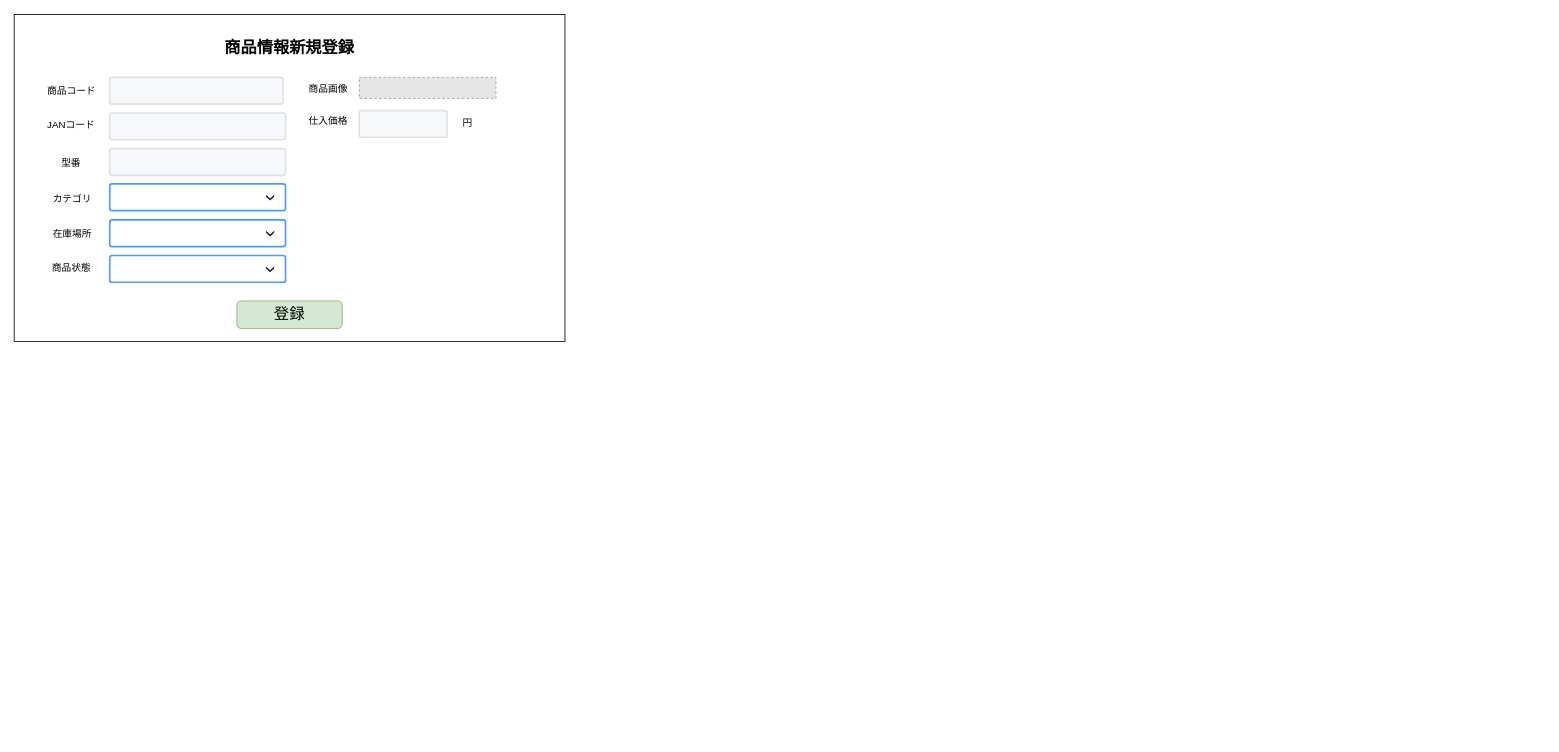
Above: page "S03-02 商品情報新規登録" (2 of 4) of 各種設計書/6.画面設計書/S03_商品マスタ.drawio in HaruShim/Sotuken (draw.io), before the change. Source tidied: cells renumbered, new cells numbered last; positions are measured from the earlier drawing's top-left corner, leaving out a move shared by most shapes. Both pictures are drawn from the tidied source at 81%, with x=0, y=0 at pixel (14, 14). Pictures stored in the file or linked from it are replaced by grey dashed boxes.
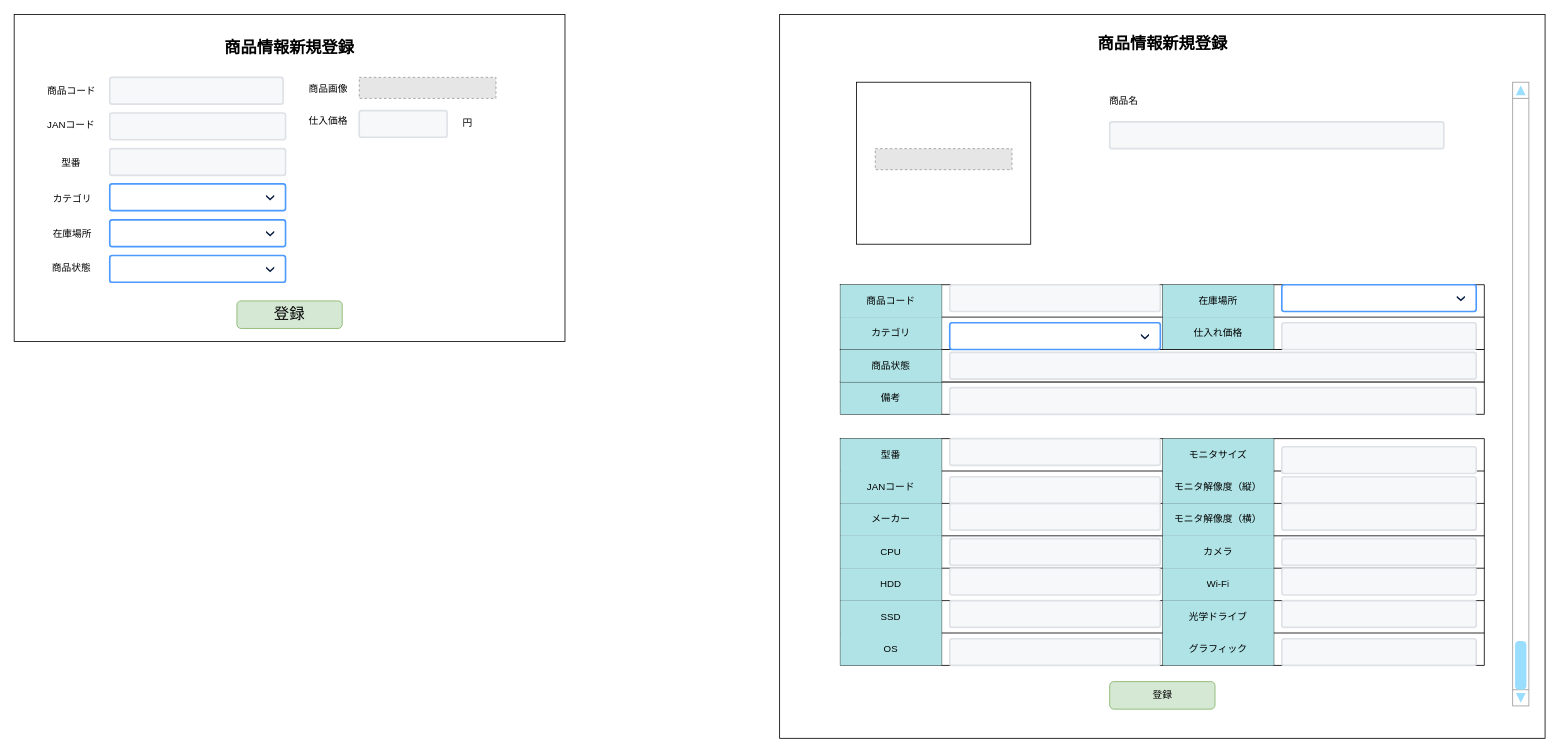
The same page after the edit.

What changed in the source:
```diff
@@
+    <mxCell id="27" style="rounded=0;whiteSpace=wrap;html=1;fillColor=default;strokeColor=default;fontColor=default;" parent="1" vertex="1">
+      <mxGeometry x="945" y="0.5" width="945" height="893.5" as="geometry" />
+    </mxCell>
+    <mxCell id="28" value="商品情報新規登録" style="text;html=1;strokeColor=none;fillColor=none;align=center;verticalAlign=middle;whiteSpace=wrap;rounded=0;fontColor=default;fontStyle=1;fontSize=20;" parent="1" vertex="1">
+      <mxGeometry x="1318.8" y="21" width="197.5" height="29" as="geometry" />
+    </mxCell>
+    <mxCell id="29" style="rounded=0;whiteSpace=wrap;html=1;fillColor=default;strokeColor=default;fontColor=default;" parent="1" vertex="1">
+      <mxGeometry x="1040" y="84" width="215" height="200" as="geometry" />
+    </mxCell>
+    <mxCell id="30" value="登録" style="rounded=1;whiteSpace=wrap;html=1;align=center;labelBackgroundColor=none;fillColor=#d5e8d4;strokeColor=#82b366;" parent="1" vertex="1">
+      <mxGeometry x="1352.5" y="824" width="130" height="34" as="geometry" />
+    </mxCell>
+    <mxCell id="31" style="shape=table;startSize=0;childLayout=tableLayout;" parent="1" vertex="1">
+      <mxGeometry x="1020" y="524" width="795" height="280" as="geometry" />
+    </mxCell>
+    <mxCell id="32" style="shape=partialRectangle;fillColor=none;top=0;left=0;bottom=0;right=0;" parent="31" vertex="1">
+      <mxGeometry width="795" height="40" as="geometry" />
+    </mxCell>
+    <mxCell id="33" value="型番" style="shape=partialRectangle;html=1;whiteSpace=wrap;overflow=hidden;fillColor=#b0e3e6;top=0;left=0;bottom=0;right=0;strokeColor=#0e8088;" parent="32" vertex="1">
+      <mxGeometry width="125" height="40" as="geometry" />
+    </mxCell>
+    <mxCell id="34" style="shape=partialRectangle;html=1;whiteSpace=wrap;overflow=hidden;fillColor=none;top=0;left=0;bottom=0;right=0;" parent="32" vertex="1">
+      <mxGeometry x="125" width="273" height="40" as="geometry" />
+    </mxCell>
+    <mxCell id="35" value="モニタサイズ" style="shape=partialRectangle;html=1;whiteSpace=wrap;overflow=hidden;fillColor=#b0e3e6;top=0;left=0;bottom=0;right=0;strokeColor=#0e8088;" parent="32" vertex="1">
+      <mxGeometry x="398" width="137" height="40" as="geometry" />
+    </mxCell>
+    <mxCell id="36" style="shape=partialRectangle;html=1;whiteSpace=wrap;overflow=hidden;fillColor=none;top=0;left=0;bottom=0;right=0;" parent="32" vertex="1">
+      <mxGeometry x="535" width="260" height="40" as="geometry" />
+    </mxCell>
+    <mxCell id="37" style="shape=partialRectangle;fillColor=none;top=0;left=0;bottom=0;right=0;" parent="31" vertex="1">
+      <mxGeometry y="40" width="795" height="40" as="geometry" />
+    </mxCell>
+    <mxCell id="38" value="JANコード" style="shape=partialRectangle;html=1;whiteSpace=wrap;overflow=hidden;fillColor=#b0e3e6;top=0;left=0;bottom=0;right=0;strokeColor=#0e8088;" parent="37" vertex="1">
+      <mxGeometry width="125" height="40" as="geometry" />
+    </mxCell>
+    <mxCell id="39" style="shape=partialRectangle;html=1;whiteSpace=wrap;overflow=hidden;fillColor=none;top=0;left=0;bottom=0;right=0;" parent="37" vertex="1">
+      <mxGeometry x="125" width="273" height="40" as="geometry" />
+    </mxCell>
+    <mxCell id="40" value="モニタ解像度（縦）" style="shape=partialRectangle;html=1;whiteSpace=wrap;overflow=hidden;fillColor=#b0e3e6;top=0;left=0;bottom=0;right=0;strokeColor=#0e8088;" parent="37" vertex="1">
+      <mxGeometry x="398" width="137" height="40" as="geometry" />
+    </mxCell>
+    <mxCell id="41" style="shape=partialRectangle;html=1;whiteSpace=wrap;overflow=hidden;fillColor=none;top=0;left=0;bottom=0;right=0;" parent="37" vertex="1">
+      <mxGeometry x="535" width="260" height="40" as="geometry" />
+    </mxCell>
+    <mxCell id="42" style="shape=partialRectangle;fillColor=none;top=0;left=0;bottom=0;right=0;" parent="31" vertex="1">
+      <mxGeometry y="80" width="795" height="40" as="geometry" />
+    </mxCell>
+    <mxCell id="43" value="メーカー" style="shape=partialRectangle;html=1;whiteSpace=wrap;overflow=hidden;fillColor=#b0e3e6;top=0;left=0;bottom=0;right=0;strokeColor=#0e8088;" parent="42" vertex="1">
+      <mxGeometry width="125" height="40" as="geometry" />
+    </mxCell>
+    <mxCell id="44" style="shape=partialRectangle;html=1;whiteSpace=wrap;overflow=hidden;fillColor=none;top=0;left=0;bottom=0;right=0;" parent="42" vertex="1">
+      <mxGeometry x="125" width="273" height="40" as="geometry" />
+    </mxCell>
+    <mxCell id="45" value="モニタ解像度（横）" style="shape=partialRectangle;html=1;whiteSpace=wrap;overflow=hidden;fillColor=#b0e3e6;top=0;left=0;bottom=0;right=0;strokeColor=#0e8088;" parent="42" vertex="1">
+      <mxGeometry x="398" width="137" height="40" as="geometry" />
+    </mxCell>
+    <mxCell id="46" style="shape=partialRectangle;html=1;whiteSpace=wrap;overflow=hidden;fillColor=none;top=0;left=0;bottom=0;right=0;" parent="42" vertex="1">
+      <mxGeometry x="535" width="260" height="40" as="geometry" />
+    </mxCell>
+    <mxCell id="47" style="shape=partialRectangle;fillColor=none;top=0;left=0;bottom=0;right=0;" parent="31" vertex="1">
+      <mxGeometry y="120" width="795" height="40" as="geometry" />
+    </mxCell>
+    <mxCell id="48" value="CPU" style="shape=partialRectangle;html=1;whiteSpace=wrap;overflow=hidden;fillColor=#b0e3e6;top=0;left=0;bottom=0;right=0;strokeColor=#0e8088;" parent="47" vertex="1">
+      <mxGeometry width="125" height="40" as="geometry" />
+    </mxCell>
+    <mxCell id="49" style="shape=partialRectangle;html=1;whiteSpace=wrap;overflow=hidden;fillColor=none;top=0;left=0;bottom=0;right=0;" parent="47" vertex="1">
+      <mxGeometry x="125" width="273" height="40" as="geometry" />
+    </mxCell>
+    <mxCell id="50" value="カメラ" style="shape=partialRectangle;html=1;whiteSpace=wrap;overflow=hidden;fillColor=#b0e3e6;top=0;left=0;bottom=0;right=0;strokeColor=#0e8088;" parent="47" vertex="1">
+      <mxGeometry x="398" width="137" height="40" as="geometry" />
+    </mxCell>
+    <mxCell id="51" style="shape=partialRectangle;html=1;whiteSpace=wrap;overflow=hidden;fillColor=none;top=0;left=0;bottom=0;right=0;" parent="47" vertex="1">
+      <mxGeometry x="535" width="260" height="40" as="geometry" />
+    </mxCell>
+    <mxCell id="52" style="shape=partialRectangle;fillColor=none;top=0;left=0;bottom=0;right=0;" parent="31" vertex="1">
+      <mxGeometry y="160" width="795" height="40" as="geometry" />
+    </mxCell>
+    <mxCell id="53" value="HDD" style="shape=partialRectangle;html=1;whiteSpace=wrap;overflow=hidden;fillColor=#b0e3e6;top=0;left=0;bottom=0;right=0;strokeColor=#0e8088;" parent="52" vertex="1">
+      <mxGeometry width="125" height="40" as="geometry" />
+    </mxCell>
+    <mxCell id="54" style="shape=partialRectangle;html=1;whiteSpace=wrap;overflow=hidden;fillColor=none;top=0;left=0;bottom=0;right=0;" parent="52" vertex="1">
+      <mxGeometry x="125" width="273" height="40" as="geometry" />
+    </mxCell>
+    <mxCell id="55" value="Wi-Fi" style="shape=partialRectangle;html=1;whiteSpace=wrap;overflow=hidden;fillColor=#b0e3e6;top=0;left=0;bottom=0;right=0;strokeColor=#0e8088;" parent="52" vertex="1">
+      <mxGeometry x="398" width="137" height="40" as="geometry" />
+    </mxCell>
+    <mxCell id="56" style="shape=partialRectangle;html=1;whiteSpace=wrap;overflow=hidden;fillColor=none;top=0;left=0;bottom=0;right=0;" parent="52" vertex="1">
+      <mxGeometry x="535" width="260" height="40" as="geometry" />
+    </mxCell>
+    <mxCell id="57" style="shape=partialRectangle;fillColor=none;top=0;left=0;bottom=0;right=0;" parent="31" vertex="1">
+      <mxGeometry y="200" width="795" height="40" as="geometry" />
+    </mxCell>
+    <mxCell id="58" value="SSD" style="shape=partialRectangle;html=1;whiteSpace=wrap;overflow=hidden;fillColor=#b0e3e6;top=0;left=0;bottom=0;right=0;strokeColor=#0e8088;" parent="57" vertex="1">
+      <mxGeometry width="125" height="40" as="geometry" />
+    </mxCell>
+    <mxCell id="59" style="shape=partialRectangle;html=1;whiteSpace=wrap;overflow=hidden;fillColor=none;top=0;left=0;bottom=0;right=0;" parent="57" vertex="1">
+      <mxGeometry x="125" width="273" height="40" as="geometry" />
+    </mxCell>
+    <mxCell id="60" value="光学ドライブ" style="shape=partialRectangle;html=1;whiteSpace=wrap;overflow=hidden;fillColor=#b0e3e6;top=0;left=0;bottom=0;right=0;strokeColor=#0e8088;" parent="57" vertex="1">
+      <mxGeometry x="398" width="137" height="40" as="geometry" />
+    </mxCell>
+    <mxCell id="61" style="shape=partialRectangle;html=1;whiteSpace=wrap;overflow=hidden;fillColor=none;top=0;left=0;bottom=0;right=0;" parent="57" vertex="1">
+      <mxGeometry x="535" width="260" height="40" as="geometry" />
+    </mxCell>
+    <mxCell id="62" style="shape=partialRectangle;fillColor=none;top=0;left=0;bottom=0;right=0;" parent="31" vertex="1">
+      <mxGeometry y="240" width="795" height="40" as="geometry" />
+    </mxCell>
+    <mxCell id="63" value="OS" style="shape=partialRectangle;html=1;whiteSpace=wrap;overflow=hidden;fillColor=#b0e3e6;top=0;left=0;bottom=0;right=0;strokeColor=#0e8088;" parent="62" vertex="1">
+      <mxGeometry width="125" height="40" as="geometry" />
+    </mxCell>
+    <mxCell id="64" style="shape=partialRectangle;html=1;whiteSpace=wrap;overflow=hidden;fillColor=none;top=0;left=0;bottom=0;right=0;" parent="62" vertex="1">
+      <mxGeometry x="125" width="273" height="40" as="geometry" />
+    </mxCell>
+    <mxCell id="65" value="グラフィック" style="shape=partialRectangle;html=1;whiteSpace=wrap;overflow=hidden;fillColor=#b0e3e6;top=0;left=0;bottom=0;right=0;strokeColor=#0e8088;" parent="62" vertex="1">
+      <mxGeometry x="398" width="137" height="40" as="geometry" />
+    </mxCell>
+    <mxCell id="66" style="shape=partialRectangle;html=1;whiteSpace=wrap;overflow=hidden;fillColor=none;top=0;left=0;bottom=0;right=0;" parent="62" vertex="1">
+      <mxGeometry x="535" width="260" height="40" as="geometry" />
+    </mxCell>
+    <mxCell id="67" style="shape=table;startSize=0;childLayout=tableLayout;strokeColor=default;" parent="1" vertex="1">
+      <mxGeometry x="1020" y="454" width="795" height="40" as="geometry" />
+    </mxCell>
+    <mxCell id="68" style="shape=partialRectangle;fillColor=none;top=0;left=0;bottom=0;right=0;strokeColor=default;" parent="67" vertex="1">
+      <mxGeometry width="795" height="40" as="geometry" />
+    </mxCell>
+    <mxCell id="69" value="備考" style="shape=partialRectangle;html=1;whiteSpace=wrap;overflow=hidden;fillColor=#b0e3e6;top=0;left=0;bottom=0;right=0;strokeColor=#0e8088;" parent="68" vertex="1">
+      <mxGeometry width="125" height="40" as="geometry" />
+    </mxCell>
+    <mxCell id="70" style="shape=partialRectangle;html=1;whiteSpace=wrap;overflow=hidden;fillColor=none;top=0;left=0;bottom=0;right=0;strokeColor=default;" parent="68" vertex="1">
+      <mxGeometry x="125" width="670" height="40" as="geometry" />
+    </mxCell>
+    <mxCell id="71" style="shape=table;startSize=0;childLayout=tableLayout;strokeColor=default;" parent="1" vertex="1">
+      <mxGeometry x="1020" y="334" width="795" height="80" as="geometry" />
+    </mxCell>
+    <mxCell id="72" style="shape=partialRectangle;fillColor=none;top=0;left=0;bottom=0;right=0;strokeColor=default;" parent="71" vertex="1">
+      <mxGeometry width="795" height="40" as="geometry" />
+    </mxCell>
+    <mxCell id="73" value="商品コード" style="shape=partialRectangle;html=1;whiteSpace=wrap;overflow=hidden;fillColor=#b0e3e6;top=0;left=0;bottom=0;right=0;strokeColor=#0e8088;" parent="72" vertex="1">
+      <mxGeometry width="125" height="40" as="geometry" />
+    </mxCell>
+    <mxCell id="74" style="shape=partialRectangle;html=1;whiteSpace=wrap;overflow=hidden;fillColor=none;top=0;left=0;bottom=0;right=0;strokeColor=default;" parent="72" vertex="1">
+      <mxGeometry x="125" width="273" height="40" as="geometry" />
+    </mxCell>
+    <mxCell id="75" value="在庫場所" style="shape=partialRectangle;html=1;whiteSpace=wrap;overflow=hidden;fillColor=#b0e3e6;top=0;left=0;bottom=0;right=0;strokeColor=#0e8088;" parent="72" vertex="1">
+      <mxGeometry x="398" width="137" height="40" as="geometry" />
+    </mxCell>
+    <mxCell id="76" style="shape=partialRectangle;html=1;whiteSpace=wrap;overflow=hidden;fillColor=none;top=0;left=0;bottom=0;right=0;strokeColor=default;" parent="72" vertex="1">
+      <mxGeometry x="535" width="260" height="40" as="geometry" />
+    </mxCell>
+    <mxCell id="77" style="shape=partialRectangle;fillColor=none;top=0;left=0;bottom=0;right=0;strokeColor=default;" parent="71" vertex="1">
+      <mxGeometry y="40" width="795" height="40" as="geometry" />
+    </mxCell>
+    <mxCell id="78" value="カテゴリ" style="shape=partialRectangle;html=1;whiteSpace=wrap;overflow=hidden;fillColor=#b0e3e6;top=0;left=0;bottom=0;right=0;strokeColor=#0e8088;" parent="77" vertex="1">
+      <mxGeometry width="125" height="40" as="geometry" />
+    </mxCell>
+    <mxCell id="79" style="shape=partialRectangle;html=1;whiteSpace=wrap;overflow=hidden;fillColor=none;top=0;left=0;bottom=0;right=0;strokeColor=default;" parent="77" vertex="1">
+      <mxGeometry x="125" width="273" height="40" as="geometry" />
+    </mxCell>
+    <mxCell id="80" value="仕入れ価格" style="shape=partialRectangle;html=1;whiteSpace=wrap;overflow=hidden;fillColor=#b0e3e6;top=0;left=0;bottom=0;right=0;strokeColor=#0e8088;" parent="77" vertex="1">
+      <mxGeometry x="398" width="137" height="40" as="geometry" />
+    </mxCell>
+    <mxCell id="81" style="shape=partialRectangle;html=1;whiteSpace=wrap;overflow=hidden;fillColor=none;top=0;left=0;bottom=0;right=0;strokeColor=default;" parent="77" vertex="1">
+      <mxGeometry x="535" width="260" height="40" as="geometry" />
+    </mxCell>
+    <mxCell id="82" style="shape=table;startSize=0;childLayout=tableLayout;strokeColor=default;" parent="1" vertex="1">
+      <mxGeometry x="1020" y="414" width="795" height="40" as="geometry" />
+    </mxCell>
+    <mxCell id="83" style="shape=partialRectangle;fillColor=none;top=0;left=0;bottom=0;right=0;strokeColor=default;" parent="82" vertex="1">
+      <mxGeometry width="795" height="40" as="geometry" />
+    </mxCell>
+    <mxCell id="84" value="商品状態" style="shape=partialRectangle;html=1;whiteSpace=wrap;overflow=hidden;fillColor=#b0e3e6;top=0;left=0;bottom=0;right=0;strokeColor=#0e8088;" parent="83" vertex="1">
+      <mxGeometry width="125" height="40" as="geometry" />
+    </mxCell>
+    <mxCell id="85" style="shape=partialRectangle;html=1;whiteSpace=wrap;overflow=hidden;fillColor=none;top=0;left=0;bottom=0;right=0;strokeColor=default;" parent="83" vertex="1">
+      <mxGeometry x="125" width="670" height="40" as="geometry" />
+    </mxCell>
+    <mxCell id="86" style="verticalLabelPosition=bottom;shadow=0;dashed=0;align=center;html=1;verticalAlign=top;strokeWidth=1;shape=mxgraph.mockup.navigation.scrollBar;strokeColor=#999999;barPos=0;fillColor2=#99ddff;strokeColor2=none;direction=north;" parent="1" vertex="1">
+      <mxGeometry x="1850" y="84" width="20" height="770" as="geometry" />
+    </mxCell>
+    <mxCell id="87" style="fillColor=#E6E6E6;strokeColor=#999999;dashed=1;verticalLabelPosition=bottom;labelBackgroundColor=#ffffff;verticalAlign=top;" parent="1" vertex="1">
+      <mxGeometry x="1063.1" y="166" width="168.8" height="26" as="geometry" />
+    </mxCell>
+    <mxCell id="88" value="商品名" style="text;html=1;strokeColor=none;fillColor=none;align=center;verticalAlign=middle;whiteSpace=wrap;rounded=0;fontColor=default;fontStyle=0;fontSize=12;" parent="1" vertex="1">
+      <mxGeometry x="1315" y="93" width="110" height="29" as="geometry" />
+    </mxCell>
+    <mxCell id="89" style="rounded=1;arcSize=9;fillColor=#F7F8F9;align=left;spacingLeft=5;strokeColor=#DEE1E6;html=1;strokeWidth=2;fontSize=12;" parent="1" vertex="1">
+      <mxGeometry x="1352.5" y="133" width="412.5" height="33" as="geometry" />
+    </mxCell>
+    <mxCell id="90" style="rounded=1;arcSize=9;fillColor=#F7F8F9;align=left;spacingLeft=5;strokeColor=#DEE1E6;html=1;strokeWidth=2;fontSize=12;" parent="1" vertex="1">
+      <mxGeometry x="1155" y="334" width="260" height="33" as="geometry" />
+    </mxCell>
+    <mxCell id="91" style="rounded=1;arcSize=9;fillColor=#F7F8F9;align=left;spacingLeft=5;strokeColor=#DEE1E6;html=1;strokeWidth=2;fontSize=12;" parent="1" vertex="1">
+      <mxGeometry x="1565" y="381" width="240" height="33" as="geometry" />
+    </mxCell>
+    <mxCell id="92" style="rounded=1;arcSize=9;fillColor=#F7F8F9;align=left;spacingLeft=5;strokeColor=#DEE1E6;html=1;strokeWidth=2;fontSize=12;" parent="1" vertex="1">
+      <mxGeometry x="1155" y="417.5" width="650" height="33" as="geometry" />
+    </mxCell>
+    <mxCell id="93" style="rounded=1;arcSize=9;fillColor=#F7F8F9;align=left;spacingLeft=5;strokeColor=#DEE1E6;html=1;strokeWidth=2;fontSize=12;" parent="1" vertex="1">
+      <mxGeometry x="1155" y="461" width="650" height="33" as="geometry" />
+    </mxCell>
+    <mxCell id="94" style="rounded=1;arcSize=9;fillColor=#F7F8F9;align=left;spacingLeft=5;strokeColor=#DEE1E6;html=1;strokeWidth=2;fontSize=12;" parent="1" vertex="1">
+      <mxGeometry x="1155" y="524" width="260" height="33" as="geometry" />
+    </mxCell>
+    <mxCell id="95" style="rounded=1;arcSize=9;fillColor=#F7F8F9;align=left;spacingLeft=5;strokeColor=#DEE1E6;html=1;strokeWidth=2;fontSize=12;" parent="1" vertex="1">
+      <mxGeometry x="1155" y="604" width="260" height="33" as="geometry" />
+    </mxCell>
+    <mxCell id="96" style="rounded=1;arcSize=9;fillColor=#F7F8F9;align=left;spacingLeft=5;strokeColor=#DEE1E6;html=1;strokeWidth=2;fontSize=12;" parent="1" vertex="1">
+      <mxGeometry x="1155" y="647.5" width="260" height="33" as="geometry" />
+    </mxCell>
+    <mxCell id="97" style="rounded=1;arcSize=9;fillColor=#F7F8F9;align=left;spacingLeft=5;strokeColor=#DEE1E6;html=1;strokeWidth=2;fontSize=12;" parent="1" vertex="1">
+      <mxGeometry x="1155" y="684" width="260" height="33" as="geometry" />
+    </mxCell>
+    <mxCell id="98" style="rounded=1;arcSize=9;fillColor=#F7F8F9;align=left;spacingLeft=5;strokeColor=#DEE1E6;html=1;strokeWidth=2;fontSize=12;" parent="1" vertex="1">
+      <mxGeometry x="1155" y="724" width="260" height="33" as="geometry" />
+    </mxCell>
+    <mxCell id="99" style="rounded=1;arcSize=9;fillColor=#F7F8F9;align=left;spacingLeft=5;strokeColor=#DEE1E6;html=1;strokeWidth=2;fontSize=12;" parent="1" vertex="1">
+      <mxGeometry x="1155" y="771" width="260" height="33" as="geometry" />
+    </mxCell>
+    <mxCell id="100" style="rounded=1;arcSize=9;fillColor=#F7F8F9;align=left;spacingLeft=5;strokeColor=#DEE1E6;html=1;strokeWidth=2;fontSize=12;" parent="1" vertex="1">
+      <mxGeometry x="1155" y="571" width="260" height="33" as="geometry" />
+    </mxCell>
+    <mxCell id="101" style="rounded=1;arcSize=9;fillColor=#F7F8F9;align=left;spacingLeft=5;strokeColor=#DEE1E6;html=1;strokeWidth=2;fontSize=12;" parent="1" vertex="1">
+      <mxGeometry x="1565" y="534" width="240" height="33" as="geometry" />
+    </mxCell>
+    <mxCell id="102" style="rounded=1;arcSize=9;fillColor=#F7F8F9;align=left;spacingLeft=5;strokeColor=#DEE1E6;html=1;strokeWidth=2;fontSize=12;" parent="1" vertex="1">
+      <mxGeometry x="1565" y="571" width="240" height="33" as="geometry" />
+    </mxCell>
+    <mxCell id="103" style="rounded=1;arcSize=9;fillColor=#F7F8F9;align=left;spacingLeft=5;strokeColor=#DEE1E6;html=1;strokeWidth=2;fontSize=12;" parent="1" vertex="1">
+      <mxGeometry x="1565" y="604" width="240" height="33" as="geometry" />
+    </mxCell>
+    <mxCell id="104" style="rounded=1;arcSize=9;fillColor=#F7F8F9;align=left;spacingLeft=5;strokeColor=#DEE1E6;html=1;strokeWidth=2;fontSize=12;" parent="1" vertex="1">
+      <mxGeometry x="1565" y="647.5" width="240" height="33" as="geometry" />
+    </mxCell>
+    <mxCell id="105" style="rounded=1;arcSize=9;fillColor=#F7F8F9;align=left;spacingLeft=5;strokeColor=#DEE1E6;html=1;strokeWidth=2;fontSize=12;" parent="1" vertex="1">
+      <mxGeometry x="1565" y="684" width="240" height="33" as="geometry" />
+    </mxCell>
+    <mxCell id="106" style="rounded=1;arcSize=9;fillColor=#F7F8F9;align=left;spacingLeft=5;strokeColor=#DEE1E6;html=1;strokeWidth=2;fontSize=12;" parent="1" vertex="1">
+      <mxGeometry x="1565" y="724" width="240" height="33" as="geometry" />
+    </mxCell>
+    <mxCell id="107" style="rounded=1;arcSize=9;fillColor=#F7F8F9;align=left;spacingLeft=5;strokeColor=#DEE1E6;html=1;strokeWidth=2;fontSize=12;" parent="1" vertex="1">
+      <mxGeometry x="1565" y="771" width="240" height="33" as="geometry" />
+    </mxCell>
+    <mxCell id="108" style="rounded=1;arcSize=9;fillColor=#ffffff;strokeColor=#4C9AFF;html=1;strokeWidth=2;spacingLeft=30;fontColor=#000000;align=left;" parent="1" vertex="1">
+      <mxGeometry x="1155" y="381" width="260" height="33" as="geometry" />
+    </mxCell>
+    <mxCell id="109" style="shape=step;whiteSpace=wrap;html=1;rounded=0;strokeColor=none;strokeWidth=2;fillColor=#0A1E43;gradientColor=none;fontFamily=Verdana;fontSize=14;fontColor=#000000;align=left;direction=south;size=0.65;" parent="108" vertex="1">
+      <mxGeometry x="1" y="0.5" width="10" height="7" relative="1" as="geometry">
+        <mxPoint x="-24" y="-3" as="offset" />
+      </mxGeometry>
+    </mxCell>
+    <mxCell id="110" style="rounded=1;arcSize=9;fillColor=#ffffff;strokeColor=#4C9AFF;html=1;strokeWidth=2;spacingLeft=30;fontColor=#000000;align=left;" parent="1" vertex="1">
+      <mxGeometry x="1565" y="334" width="240" height="33" as="geometry" />
+    </mxCell>
+    <mxCell id="111" style="shape=step;whiteSpace=wrap;html=1;rounded=0;strokeColor=none;strokeWidth=2;fillColor=#0A1E43;gradientColor=none;fontFamily=Verdana;fontSize=14;fontColor=#000000;align=left;direction=south;size=0.65;" parent="110" vertex="1">
+      <mxGeometry x="1" y="0.5" width="10" height="7" relative="1" as="geometry">
+        <mxPoint x="-24" y="-3" as="offset" />
+      </mxGeometry>
+    </mxCell>
```
